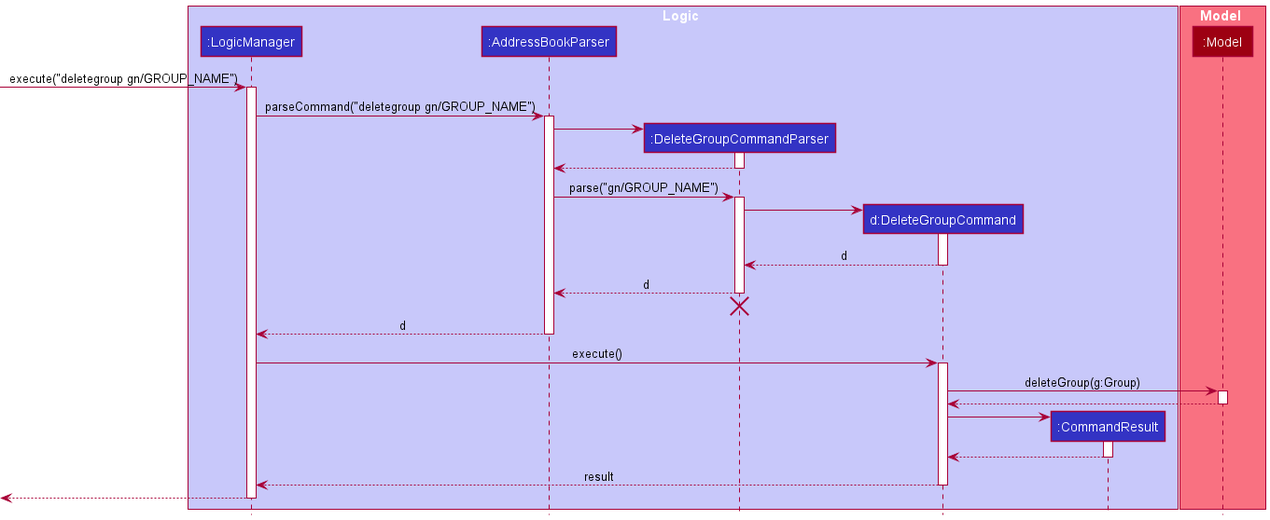
Earlier version of the PlantUML export docs/images/DeleteGroupSequenceDiagram.png (ramapriyan912001/tp). Its diagram source:
```plantuml
@startuml
!include style.puml

box Logic LOGIC_COLOR_T1
participant ":LogicManager" as LogicManager LOGIC_COLOR
participant ":AddressBookParser" as AddressBookParser LOGIC_COLOR
participant ":DeleteGroupCommandParser" as DeleteGroupCommandParser LOGIC_COLOR
participant "d:DeleteGroupCommand" as DeleteGroupCommand LOGIC_COLOR
participant ":CommandResult" as CommandResult LOGIC_COLOR
end box

box Model MODEL_COLOR_T1
participant ":Model" as Model MODEL_COLOR
end box

[-> LogicManager : execute("deletegroup gn/GROUP_NAME")
activate LogicManager

LogicManager -> AddressBookParser : parseCommand("deletegroup gn/GROUP_NAME")
activate AddressBookParser

create DeleteGroupCommandParser
AddressBookParser -> DeleteGroupCommandParser
activate DeleteGroupCommandParser

DeleteGroupCommandParser --> AddressBookParser
deactivate DeleteGroupCommandParser

AddressBookParser -> DeleteGroupCommandParser : parse("gn/GROUP_NAME")
activate DeleteGroupCommandParser

create DeleteGroupCommand
DeleteGroupCommandParser -> DeleteGroupCommand
activate DeleteGroupCommand

DeleteGroupCommand --> DeleteGroupCommandParser : d
deactivate DeleteGroupCommand

DeleteGroupCommandParser --> AddressBookParser : d
deactivate DeleteGroupCommandParser
DeleteGroupCommandParser -[hidden]-> AddressBookParser
destroy DeleteGroupCommandParser

AddressBookParser --> LogicManager : d
deactivate AddressBookParser

LogicManager -> DeleteGroupCommand : execute()
activate DeleteGroupCommand

DeleteGroupCommand -> Model : deleteGroup(g:Group)
activate Model

Model --> DeleteGroupCommand
deactivate Model

create CommandResult
DeleteGroupCommand -> CommandResult
activate CommandResult

CommandResult --> DeleteGroupCommand
deactivate CommandResult

DeleteGroupCommand --> LogicManager : result
deactivate DeleteGroupCommand

[<--LogicManager
deactivate LogicManager
@enduml
```
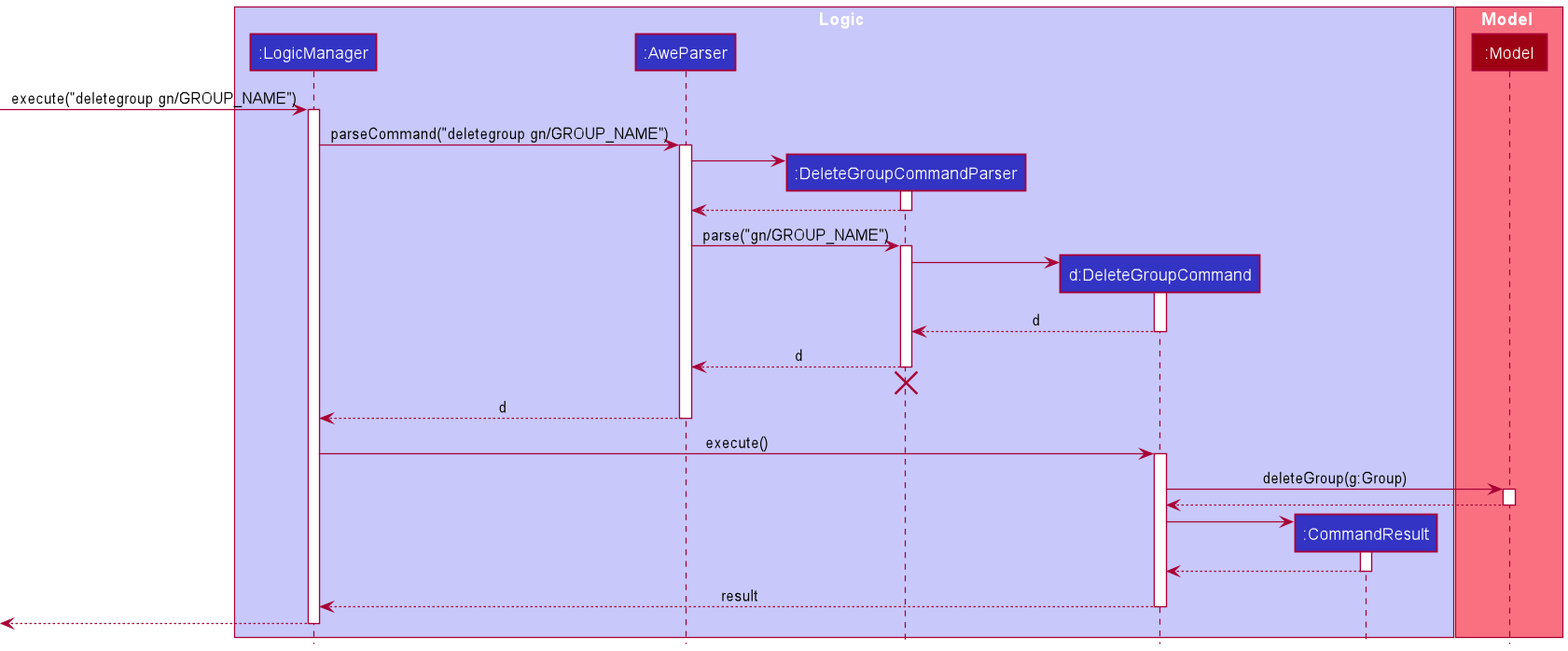
After the change.

The edit, as a diff of the source:
```diff
@@ -3,7 +3,7 @@
 
 box Logic LOGIC_COLOR_T1
 participant ":LogicManager" as LogicManager LOGIC_COLOR
-participant ":AddressBookParser" as AddressBookParser LOGIC_COLOR
+participant ":AweParser" as AweParser LOGIC_COLOR
 participant ":DeleteGroupCommandParser" as DeleteGroupCommandParser LOGIC_COLOR
 participant "d:DeleteGroupCommand" as DeleteGroupCommand LOGIC_COLOR
 participant ":CommandResult" as CommandResult LOGIC_COLOR
@@ -16,17 +16,17 @@
 [-> LogicManager : execute("deletegroup gn/GROUP_NAME")
 activate LogicManager
 
-LogicManager -> AddressBookParser : parseCommand("deletegroup gn/GROUP_NAME")
-activate AddressBookParser
+LogicManager -> AweParser : parseCommand("deletegroup gn/GROUP_NAME")
+activate AweParser
 
 create DeleteGroupCommandParser
-AddressBookParser -> DeleteGroupCommandParser
+AweParser -> DeleteGroupCommandParser
 activate DeleteGroupCommandParser
 
-DeleteGroupCommandParser --> AddressBookParser
+DeleteGroupCommandParser --> AweParser
 deactivate DeleteGroupCommandParser
 
-AddressBookParser -> DeleteGroupCommandParser : parse("gn/GROUP_NAME")
+AweParser -> DeleteGroupCommandParser : parse("gn/GROUP_NAME")
 activate DeleteGroupCommandParser
 
 create DeleteGroupCommand
@@ -36,13 +36,13 @@
 DeleteGroupCommand --> DeleteGroupCommandParser : d
 deactivate DeleteGroupCommand
 
-DeleteGroupCommandParser --> AddressBookParser : d
+DeleteGroupCommandParser --> AweParser : d
 deactivate DeleteGroupCommandParser
-DeleteGroupCommandParser -[hidden]-> AddressBookParser
+DeleteGroupCommandParser -[hidden]-> AweParser
 destroy DeleteGroupCommandParser
 
-AddressBookParser --> LogicManager : d
-deactivate AddressBookParser
+AweParser --> LogicManager : d
+deactivate AweParser
 
 LogicManager -> DeleteGroupCommand : execute()
 activate DeleteGroupCommand
```
